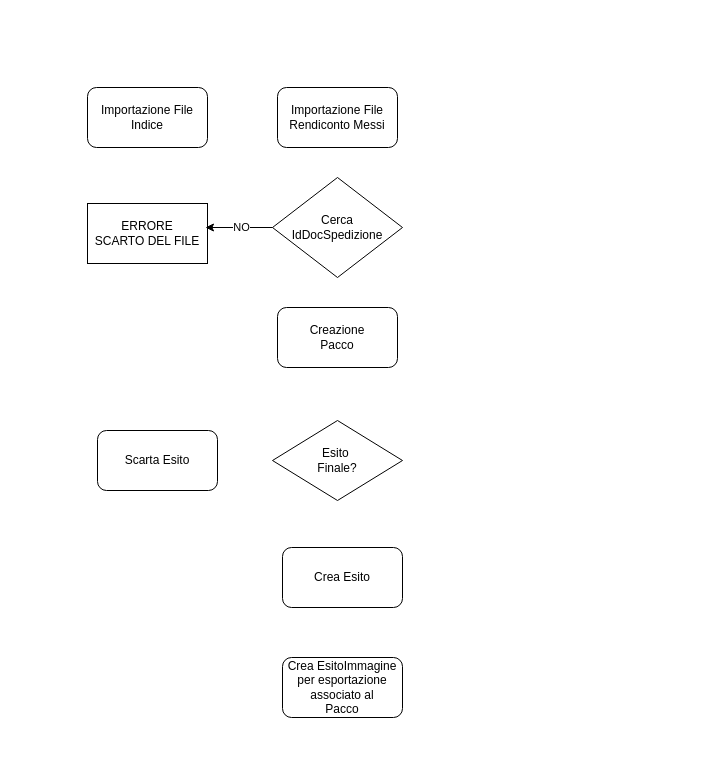
The draw.io diagram page "Rendiconto" (2 of 3) of Flusso Messi Market.drawio in marcogarbujoabaco/drawio, before the edit. Source tidied: cells renumbered, new cells numbered last; positions are measured from the earlier drawing's top-left corner, leaving out a move shared by most shapes. Both pictures are drawn from the tidied source at 100%, with x=0, y=0 at pixel (87, 87).
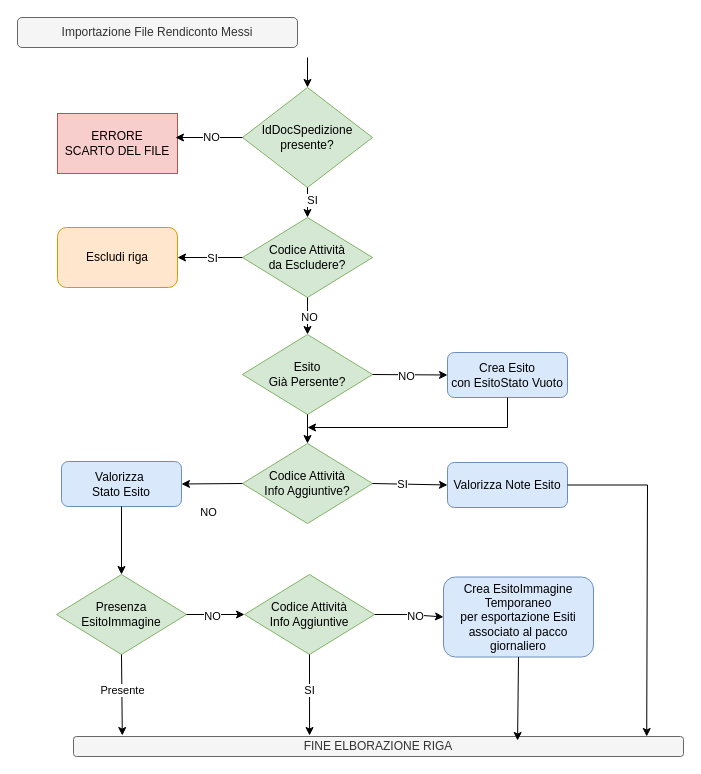
The same page after the edit.

The edit, as a diff of the source:
```diff
@@
-    <mxCell id="2" value="Importazione File Indice" style="rounded=1;whiteSpace=wrap;html=1;" parent="1" vertex="1">
-      <mxGeometry width="120" height="60" as="geometry" />
+    <mxCell id="2" value="Valorizza&amp;nbsp;&lt;div&gt;Stato Esito&lt;/div&gt;" style="rounded=1;whiteSpace=wrap;html=1;fillColor=#dae8fc;strokeColor=#6c8ebf;" parent="1" vertex="1">
+      <mxGeometry x="-26" y="374" width="120" height="45" as="geometry" />
     </mxCell>
-    <mxCell id="3" value="Importazione File Rendiconto Messi" style="rounded=1;whiteSpace=wrap;html=1;" parent="1" vertex="1">
-      <mxGeometry x="190" width="120" height="60" as="geometry" />
+    <mxCell id="3" value="Importazione File Rendiconto Messi" style="rounded=1;whiteSpace=wrap;html=1;fillColor=#f5f5f5;fontColor=#333333;strokeColor=#666666;" parent="1" vertex="1">
+      <mxGeometry x="-70" y="-70" width="280" height="30" as="geometry" />
     </mxCell>
-    <mxCell id="4" value="&lt;div&gt;Cerca&lt;/div&gt;IdDocSpedizione" style="rhombus;whiteSpace=wrap;html=1;" parent="1" vertex="1">
-      <mxGeometry x="185" y="90" width="130" height="100" as="geometry" />
+    <mxCell id="4" value="&lt;div&gt;&lt;span style=&quot;background-color: transparent; color: light-dark(rgb(0, 0, 0), rgb(255, 255, 255));&quot;&gt;IdDocSpedizione&lt;/span&gt;&lt;/div&gt;&lt;div&gt;&lt;span style=&quot;background-color: transparent; color: light-dark(rgb(0, 0, 0), rgb(255, 255, 255));&quot;&gt;presente?&lt;/span&gt;&lt;/div&gt;" style="rhombus;whiteSpace=wrap;html=1;fillColor=#d5e8d4;strokeColor=#82b366;" parent="1" vertex="1">
+      <mxGeometry x="155" width="130" height="100" as="geometry" />
     </mxCell>
-    <mxCell id="5" value="ERRORE&lt;div&gt;SCARTO DEL FILE&lt;/div&gt;" style="rounded=0;whiteSpace=wrap;html=1;" parent="1" vertex="1">
-      <mxGeometry y="116" width="120" height="60" as="geometry" />
+    <mxCell id="5" value="ERRORE&lt;div&gt;SCARTO DEL FILE&lt;/div&gt;" style="rounded=0;whiteSpace=wrap;html=1;fillColor=#f8cecc;strokeColor=#b85450;" parent="1" vertex="1">
+      <mxGeometry x="-30" y="26" width="120" height="60" as="geometry" />
     </mxCell>
@@
-    <mxCell id="8" value="Creazione&lt;div&gt;Pacco&lt;/div&gt;" style="rounded=1;whiteSpace=wrap;html=1;" parent="1" vertex="1">
-      <mxGeometry x="190" y="220" width="120" height="60" as="geometry" />
-    </mxCell>
-    <mxCell id="9" value="Esito&amp;nbsp;&lt;div&gt;Finale?&lt;/div&gt;" style="rhombus;whiteSpace=wrap;html=1;" parent="1" vertex="1">
-      <mxGeometry x="185" y="333" width="130" height="80" as="geometry" />
+    <mxCell id="9" value="Codice Attività&lt;div&gt;da Escludere?&lt;/div&gt;" style="rhombus;whiteSpace=wrap;html=1;fillColor=#d5e8d4;strokeColor=#82b366;" parent="1" vertex="1">
+      <mxGeometry x="155" y="130" width="130" height="80" as="geometry" />
     </mxCell>
-    <mxCell id="10" value="Crea Esito" style="rounded=1;whiteSpace=wrap;html=1;" parent="1" vertex="1">
-      <mxGeometry x="195" y="460" width="120" height="60" as="geometry" />
+    <mxCell id="10" value="Crea Esito&lt;div&gt;con EsitoStato Vuoto&lt;/div&gt;" style="rounded=1;whiteSpace=wrap;html=1;fillColor=#dae8fc;strokeColor=#6c8ebf;" parent="1" vertex="1">
+      <mxGeometry x="360" y="265" width="120" height="45" as="geometry" />
     </mxCell>
-    <mxCell id="11" value="Crea EsitoImmagine&lt;div&gt;per esportazione&lt;/div&gt;&lt;div&gt;associato al&lt;/div&gt;&lt;div&gt;Pacco&lt;/div&gt;" style="rounded=1;whiteSpace=wrap;html=1;" parent="1" vertex="1">
-      <mxGeometry x="195" y="570" width="120" height="60" as="geometry" />
+    <mxCell id="11" value="Crea EsitoImmagine Temporaneo&lt;div&gt;per esportazione Esiti&lt;/div&gt;&lt;div&gt;associato al pacco giornaliero&lt;/div&gt;" style="rounded=1;whiteSpace=wrap;html=1;fillColor=#dae8fc;strokeColor=#6c8ebf;" parent="1" vertex="1">
+      <mxGeometry x="356" y="489.5" width="150" height="80" as="geometry" />
     </mxCell>
-    <mxCell id="12" value="Scarta Esito" style="rounded=1;whiteSpace=wrap;html=1;" parent="1" vertex="1">
-      <mxGeometry x="10" y="343" width="120" height="60" as="geometry" />
+    <mxCell id="12" value="Escludi riga" style="rounded=1;whiteSpace=wrap;html=1;fillColor=#ffe6cc;strokeColor=#d79b00;" parent="1" vertex="1">
+      <mxGeometry x="-30" y="140" width="120" height="60" as="geometry" />
     </mxCell>
+    <mxCell id="13" value="Esito&lt;div&gt;Già Persente?&lt;/div&gt;" style="rhombus;whiteSpace=wrap;html=1;fillColor=#d5e8d4;strokeColor=#82b366;" parent="1" vertex="1">
+      <mxGeometry x="155" y="247" width="130" height="80" as="geometry" />
+    </mxCell>
+    <mxCell id="14" value="Codice Attività&lt;div&gt;Info Aggiuntive?&lt;/div&gt;" style="rhombus;whiteSpace=wrap;html=1;fillColor=#d5e8d4;strokeColor=#82b366;" parent="1" vertex="1">
+      <mxGeometry x="155" y="356" width="130" height="80" as="geometry" />
+    </mxCell>
+    <mxCell id="15" value="Valorizza Note Esito" style="rounded=1;whiteSpace=wrap;html=1;fillColor=#dae8fc;strokeColor=#6c8ebf;" parent="1" vertex="1">
+      <mxGeometry x="360" y="375" width="120" height="45" as="geometry" />
+    </mxCell>
+    <mxCell id="16" value="Presenza&lt;br&gt;EsitoImmagine" style="rhombus;whiteSpace=wrap;html=1;fillColor=#d5e8d4;strokeColor=#82b366;" parent="1" vertex="1">
+      <mxGeometry x="-31" y="487" width="130" height="80" as="geometry" />
+    </mxCell>
+    <mxCell id="17" style="endArrow=classic;html=1;rounded=0;entryX=1;entryY=0.5;entryDx=0;entryDy=0;exitX=0;exitY=0.5;exitDx=0;exitDy=0;" parent="1" edge="1" source="9" target="12">
+      <mxGeometry relative="1" as="geometry" />
+    </mxCell>
+    <mxCell id="18" value="SI" style="edgeLabel;html=1;align=center;verticalAlign=middle;" parent="17" vertex="1">
+      <mxGeometry x="-0.05" relative="1" as="geometry" />
+    </mxCell>
+    <mxCell id="19" style="endArrow=classic;html=1;rounded=0;entryX=0.5;entryY=0;entryDx=0;entryDy=0;exitX=0.5;exitY=1;exitDx=0;exitDy=0;" parent="1" edge="1" source="4" target="9">
+      <mxGeometry relative="1" as="geometry" />
+    </mxCell>
+    <mxCell id="20" value="SI" style="edgeLabel;html=1;align=center;verticalAlign=middle;" parent="19" vertex="1">
+      <mxGeometry x="-0.2" y="4" relative="1" as="geometry" />
+    </mxCell>
+    <mxCell id="21" style="endArrow=classic;html=1;rounded=0;entryX=0.5;entryY=0;entryDx=0;entryDy=0;" parent="1" edge="1" target="4">
+      <mxGeometry relative="1" as="geometry">
+        <mxPoint x="220" y="-30" as="sourcePoint" />
+      </mxGeometry>
+    </mxCell>
+    <mxCell id="22" style="endArrow=classic;html=1;rounded=0;entryX=0.5;entryY=0;entryDx=0;entryDy=0;exitX=0.5;exitY=1;exitDx=0;exitDy=0;" parent="1" edge="1" source="9" target="13">
+      <mxGeometry relative="1" as="geometry" />
+    </mxCell>
+    <mxCell id="23" value="NO" style="edgeLabel;html=1;align=center;verticalAlign=middle;" parent="22" vertex="1">
+      <mxGeometry y="1" relative="1" as="geometry" />
+    </mxCell>
+    <mxCell id="24" style="endArrow=classic;html=1;rounded=0;exitX=1;exitY=0.5;exitDx=0;exitDy=0;entryX=0;entryY=0.5;entryDx=0;entryDy=0;" parent="1" edge="1" source="13" target="10">
+      <mxGeometry relative="1" as="geometry" />
+    </mxCell>
+    <mxCell id="25" value="NO" style="edgeLabel;html=1;align=center;verticalAlign=middle;" parent="24" vertex="1">
+      <mxGeometry x="-0.09" y="-1" relative="1" as="geometry" />
+    </mxCell>
+    <mxCell id="26" style="endArrow=classic;html=1;rounded=0;entryX=0.5;entryY=0;entryDx=0;entryDy=0;exitX=0.5;exitY=1;exitDx=0;exitDy=0;" parent="1" edge="1" source="13" target="14">
+      <mxGeometry relative="1" as="geometry" />
+    </mxCell>
+    <mxCell id="27" style="endArrow=classic;html=1;rounded=0;entryX=0;entryY=0.5;entryDx=0;entryDy=0;exitX=1;exitY=0.5;exitDx=0;exitDy=0;" parent="1" edge="1" source="14" target="15">
+      <mxGeometry relative="1" as="geometry" />
+    </mxCell>
+    <mxCell id="28" value="SI" style="edgeLabel;html=1;align=center;verticalAlign=middle;" parent="27" vertex="1">
+      <mxGeometry x="-0.2" relative="1" as="geometry" />
+    </mxCell>
+    <mxCell id="29" style="endArrow=classic;html=1;rounded=0;exitX=0;exitY=0.5;exitDx=0;exitDy=0;entryX=1;entryY=0.5;entryDx=0;entryDy=0;" parent="1" edge="1" source="14" target="2">
+      <mxGeometry relative="1" as="geometry" />
+    </mxCell>
+    <mxCell id="30" value="NO" style="edgeLabel;html=1;align=center;verticalAlign=middle;" parent="29" vertex="1">
+      <mxGeometry x="0.1" relative="1" as="geometry">
+        <mxPoint x="-1" y="28" as="offset" />
+      </mxGeometry>
+    </mxCell>
+    <mxCell id="31" style="endArrow=classic;html=1;rounded=0;exitX=0.5;exitY=1;exitDx=0;exitDy=0;" parent="1" edge="1" source="10">
+      <mxGeometry relative="1" as="geometry">
+        <mxPoint x="220" y="340" as="targetPoint" />
+        <Array as="points">
+          <mxPoint x="420" y="340" />
+        </Array>
+      </mxGeometry>
+    </mxCell>
+    <mxCell id="32" style="endArrow=classic;html=1;rounded=0;entryX=0.5;entryY=0;entryDx=0;entryDy=0;exitX=0.5;exitY=1;exitDx=0;exitDy=0;" parent="1" edge="1" source="2" target="16">
+      <mxGeometry relative="1" as="geometry" />
+    </mxCell>
+    <mxCell id="33" style="endArrow=classic;html=1;rounded=0;exitX=0.5;exitY=1;exitDx=0;exitDy=0;entryX=0.08;entryY=-0.05;entryDx=0;entryDy=0;entryPerimeter=0;" parent="1" edge="1" source="16" target="43">
+      <mxGeometry relative="1" as="geometry" />
+    </mxCell>
+    <mxCell id="34" value="Presente" style="edgeLabel;html=1;align=center;verticalAlign=middle;" parent="33" vertex="1">
+      <mxGeometry x="-0.11" relative="1" as="geometry" />
+    </mxCell>
+    <mxCell id="35" value="Codice Attività&lt;div&gt;Info Aggiuntive&lt;/div&gt;" style="rhombus;whiteSpace=wrap;html=1;fillColor=#d5e8d4;strokeColor=#82b366;" parent="1" vertex="1">
+      <mxGeometry x="157" y="487" width="130" height="80" as="geometry" />
+    </mxCell>
+    <mxCell id="36" style="endArrow=classic;html=1;rounded=0;exitX=0.5;exitY=1;exitDx=0;exitDy=0;entryX=0.387;entryY=-0.05;entryDx=0;entryDy=0;entryPerimeter=0;" parent="1" edge="1" source="35" target="43">
+      <mxGeometry relative="1" as="geometry" />
+    </mxCell>
+    <mxCell id="37" value="SI" style="edgeLabel;html=1;align=center;verticalAlign=middle;" parent="36" vertex="1">
+      <mxGeometry x="-0.14" y="-1" relative="1" as="geometry" />
+    </mxCell>
+    <mxCell id="38" style="endArrow=classic;html=1;rounded=0;exitX=1;exitY=0.5;exitDx=0;exitDy=0;entryX=0;entryY=0.5;entryDx=0;entryDy=0;" parent="1" edge="1" source="16" target="35">
+      <mxGeometry relative="1" as="geometry" />
+    </mxCell>
+    <mxCell id="39" value="NO" style="edgeLabel;html=1;align=center;verticalAlign=middle;" parent="38" vertex="1">
+      <mxGeometry x="-0.15" y="-1" relative="1" as="geometry" />
+    </mxCell>
+    <mxCell id="40" style="endArrow=classic;html=1;rounded=0;exitX=1;exitY=0.5;exitDx=0;exitDy=0;entryX=0;entryY=0.5;entryDx=0;entryDy=0;" parent="1" edge="1" source="35" target="11">
+      <mxGeometry relative="1" as="geometry">
+        <Array as="points">
+          <mxPoint x="322" y="527" />
+        </Array>
+      </mxGeometry>
+    </mxCell>
+    <mxCell id="41" value="NO" style="edgeLabel;html=1;align=center;verticalAlign=middle;" parent="40" vertex="1">
+      <mxGeometry x="0.2" y="-1" relative="1" as="geometry" />
+    </mxCell>
+    <mxCell id="42" style="endArrow=classic;html=1;rounded=0;exitX=1;exitY=0.5;exitDx=0;exitDy=0;entryX=0.92;entryY=0;entryDx=0;entryDy=0;entryPerimeter=0;" parent="1" edge="1" source="15">
+      <mxGeometry relative="1" as="geometry">
+        <mxPoint x="559.2" y="649" as="targetPoint" />
+        <Array as="points">
+          <mxPoint x="560" y="397.5" />
+        </Array>
+      </mxGeometry>
+    </mxCell>
+    <mxCell id="43" value="FINE ELBORAZIONE RIGA" style="rounded=1;whiteSpace=wrap;html=1;fillColor=#f5f5f5;fontColor=#333333;strokeColor=#666666;" parent="1" vertex="1">
+      <mxGeometry x="-14" y="649" width="610" height="20" as="geometry" />
+    </mxCell>
+    <mxCell id="44" style="endArrow=classic;html=1;rounded=0;exitX=0.5;exitY=1;exitDx=0;exitDy=0;entryX=0.728;entryY=0.2;entryDx=0;entryDy=0;entryPerimeter=0;" parent="1" edge="1" source="11" target="43">
+      <mxGeometry relative="1" as="geometry" />
+    </mxCell>
```
